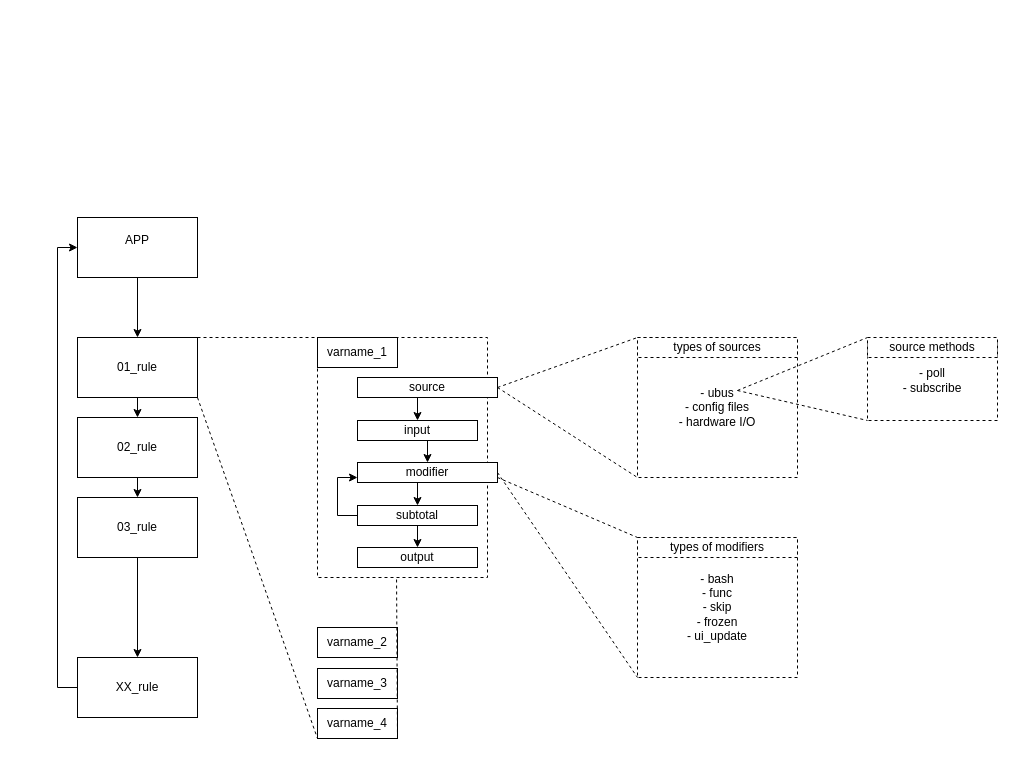
Earlier version of the draw.io diagram page "Applogic" (2 of 2) of Диаграмма без названия.drawio (antoncom/tsmodem). Source tidied: cells renumbered, new cells numbered last; positions are measured from the earlier drawing's top-left corner, leaving out a move shared by most shapes. Both pictures are drawn from the tidied source at 100%, with x=0, y=0 at pixel (57, 217).
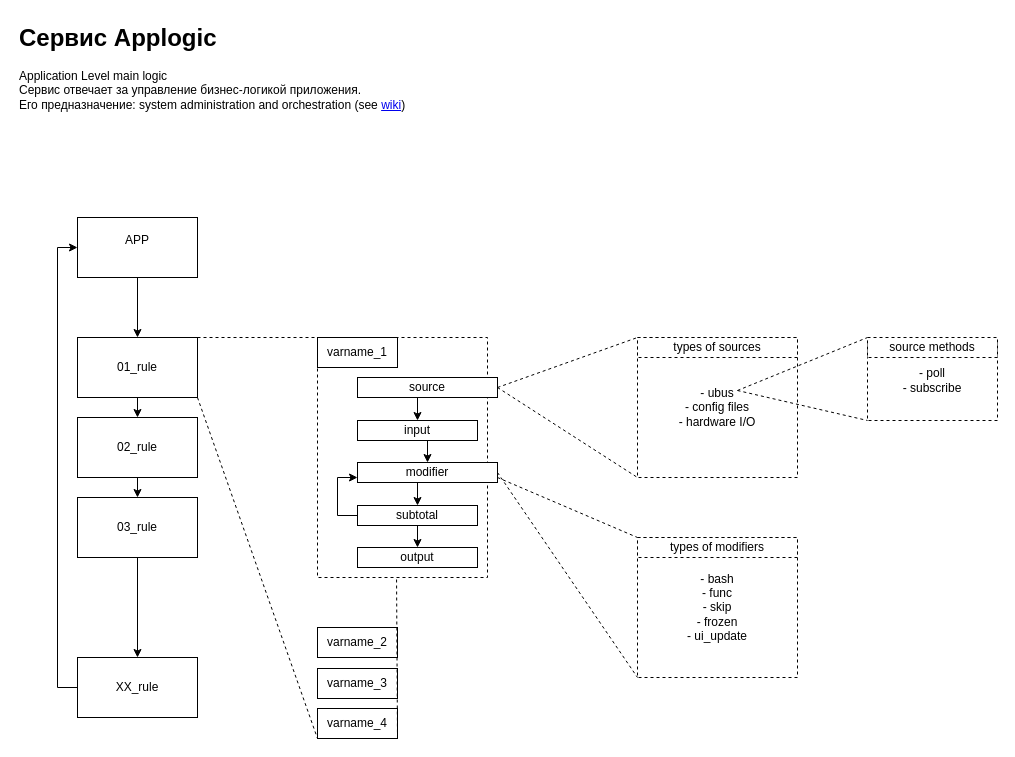
Above is the later version.

Change to the diagram source:
```diff
@@
+    <mxCell id="42" value="&lt;h1 style=&quot;margin-top: 0px;&quot;&gt;Сервис Applogic&lt;/h1&gt;&lt;p&gt;Application Level main logic&lt;br&gt;Сервис отвечает за управление бизнес-логикой приложения.&lt;br&gt;Его предназначение: system administration and orchestration (see &lt;a href=&quot;https://en.wikipedia.org/wiki/Orchestration_(computing)&quot;&gt;wiki&lt;/a&gt;)&lt;/p&gt;" style="text;html=1;whiteSpace=wrap;overflow=hidden;rounded=0;" parent="1" vertex="1">
+      <mxGeometry x="-40" y="-200" width="400" height="120" as="geometry" />
+    </mxCell>
```
